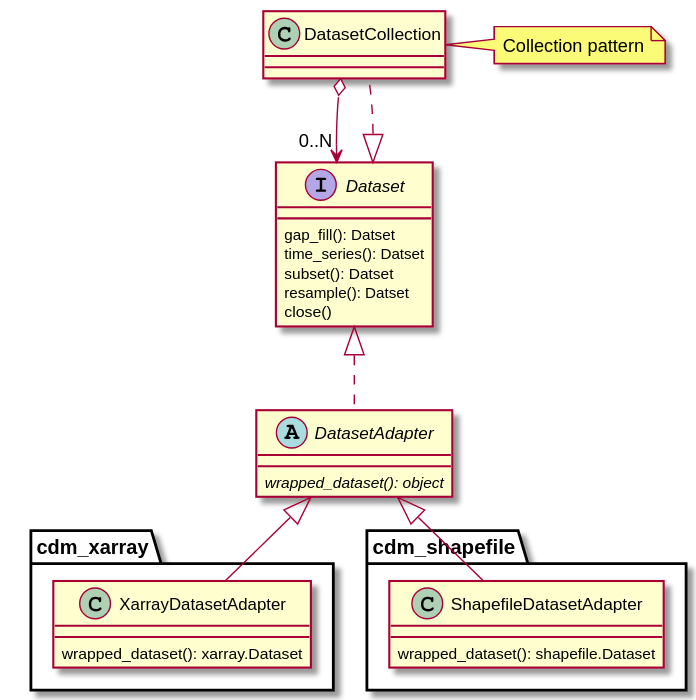
CCI-Tools/cate keeps this PlantUML diagram as doc/source/_static/uml/cdm.svg. Above is the earlier version. Its source is kept beside it as doc/source/uml/cdm.puml. Source of this version:
```plantuml
@startuml

interface Dataset {
    gap_fill(): Datset
    time_series(): Datset
    subset(): Datset
    resample(): Datset
    close()
}

abstract DatasetAdapter implements Dataset {
    {abstract} wrapped_dataset(): object
}

class DatasetCollection implements Dataset {
}

class cdm_xarray.XarrayDatasetAdapter extends DatasetAdapter {
    wrapped_dataset(): xarray.Dataset
}

class cdm_shapefile.ShapefileDatasetAdapter extends DatasetAdapter {
    wrapped_dataset(): shapefile.Dataset
}

DatasetCollection o--> "0..N" Dataset

note right of DatasetCollection
Collection pattern
end note

@enduml
```
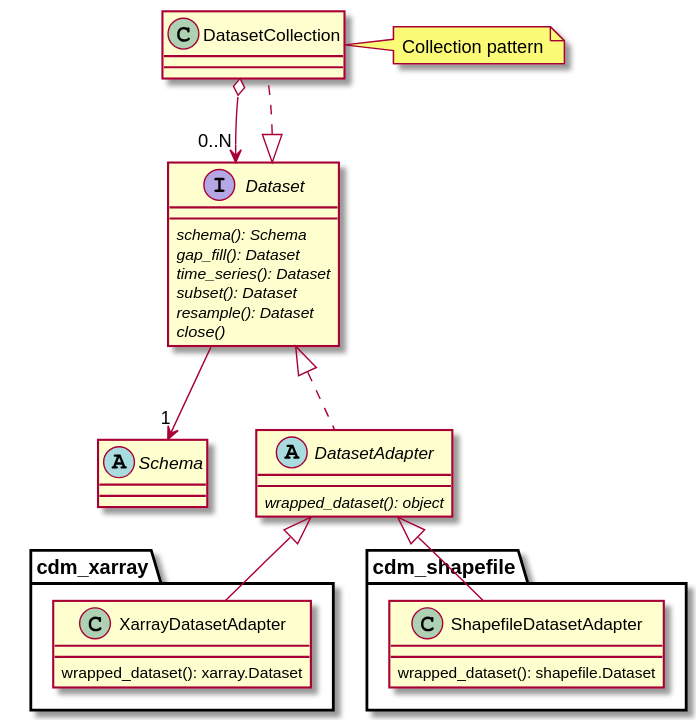
The same file after the commit.

Change to the diagram source:
```diff
@@ -1,11 +1,15 @@
 @startuml
 
 interface Dataset {
-    gap_fill(): Datset
-    time_series(): Datset
-    subset(): Datset
-    resample(): Datset
-    close()
+    {abstract} schema(): Schema
+    {abstract} gap_fill(): Dataset
+    {abstract} time_series(): Dataset
+    {abstract} subset(): Dataset
+    {abstract} resample(): Dataset
+    {abstract} close()
+}
+
+abstract Schema {
 }
 
 abstract DatasetAdapter implements Dataset {
@@ -24,6 +28,7 @@
 }
 
 DatasetCollection o--> "0..N" Dataset
+Dataset --> "1" Schema
 
 note right of DatasetCollection
 Collection pattern
```
